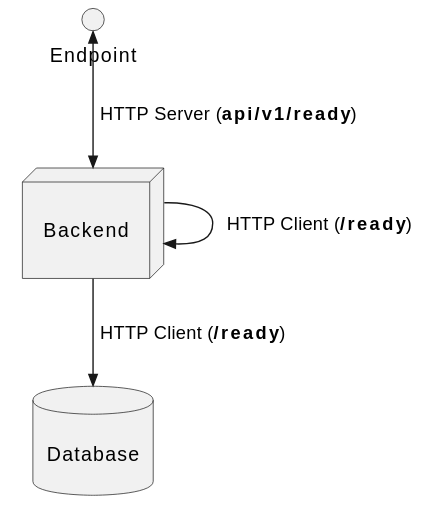
Earlier version of the PlantUML export docs/images/ready-endpoint.svg (ulbmuenster/dataasee).
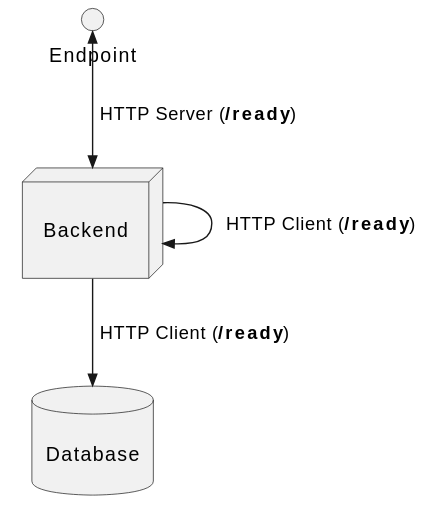
The same diagram one commit later.

Change to the diagram source:
```diff
@@ -15,7 +15,7 @@
 
 ]
 
-endpoint <<-->> backend : " HTTP Server (<b>api/v1/ready</b>)"
+endpoint <<-->> backend : " HTTP Server (<b>/ready</b>)"
 backend -->> backend : " HTTP Client (<b>/ready</b>)"
 backend -->> database : " HTTP Client (<b>/ready</b>)"
 @enduml
```
